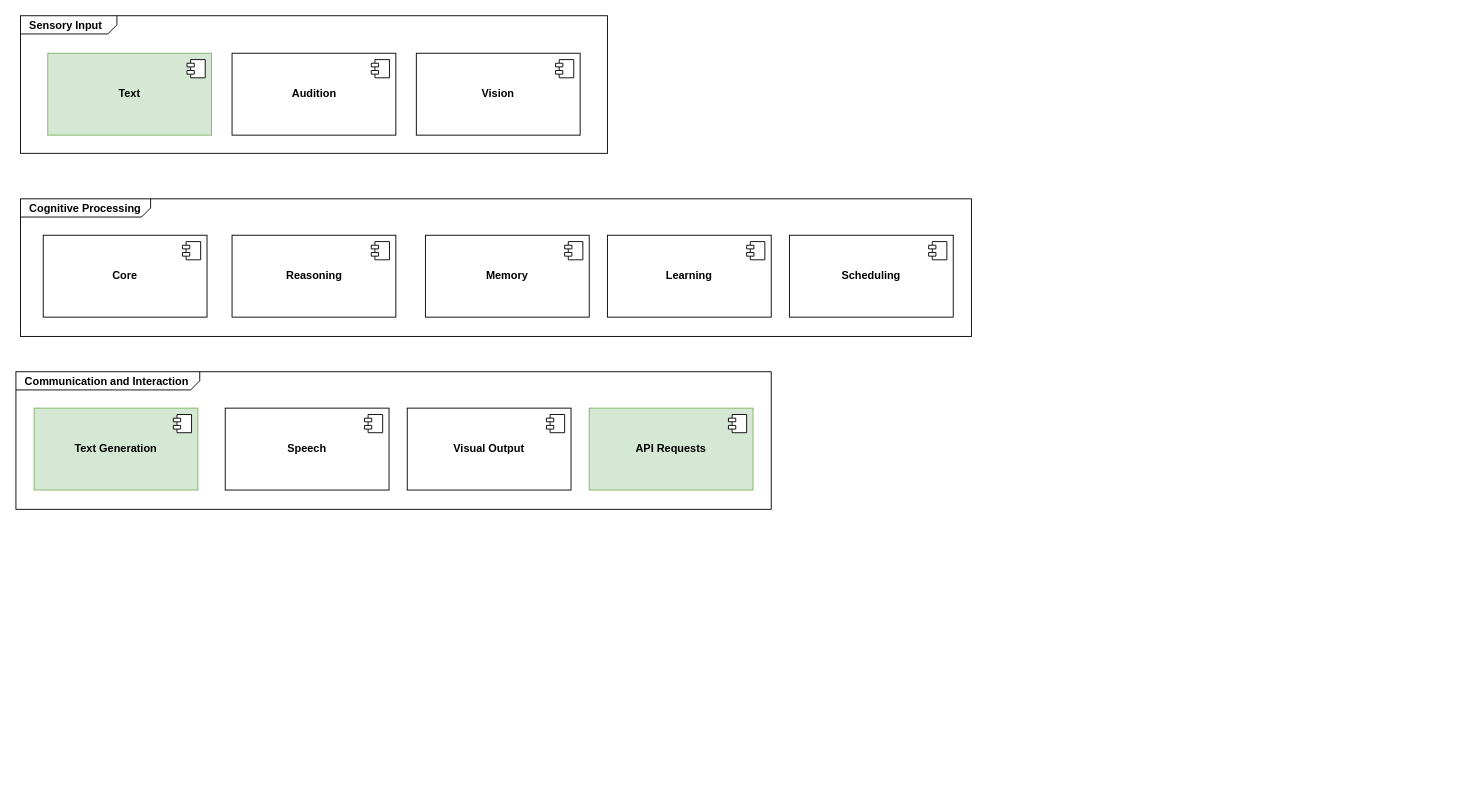
This is docs/diagram.drawio from BartSoj/HttpAgent, a draw.io file, before an edit. Source tidied: cells renumbered, new cells numbered last; positions are measured from the earlier drawing's top-left corner, leaving out a move shared by most shapes. Both pictures are drawn from the tidied source at 91%, with x=0, y=0 at pixel (15, 15).
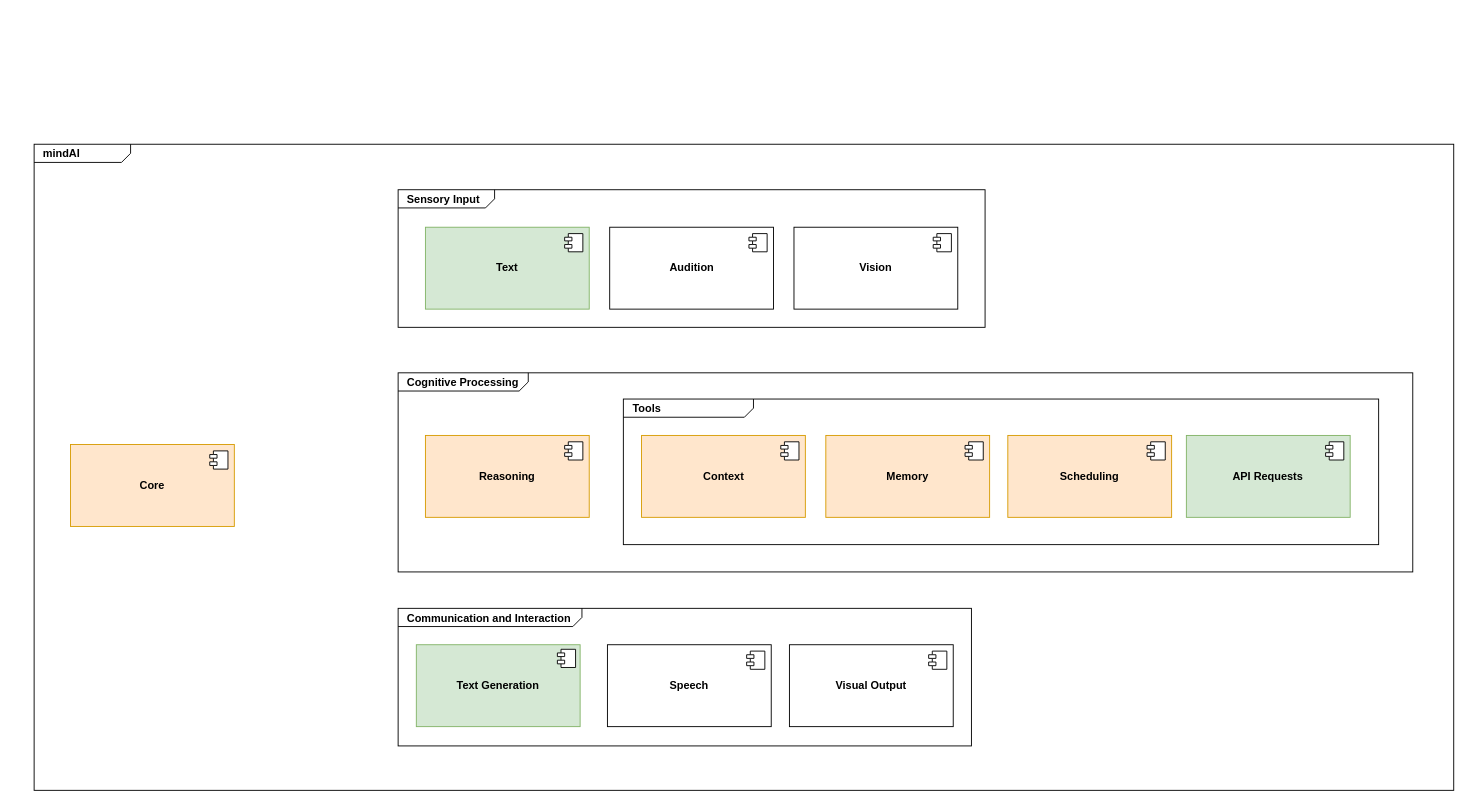
The same page after the edit.

Commit message (it also covers changes not shown here):
feat: scheduling events and executing from schedule feat: adding and retrieving memory feat: context added to messages refactor: move main reasoning execution to core.py

Change to the diagram source:
```diff
@@
+    <mxCell id="29" value="&lt;p style=&quot;margin:0px;margin-top:4px;margin-left:10px;text-align:left;&quot;&gt;&lt;b&gt;mindAI&lt;/b&gt;&lt;/p&gt;" style="html=1;shape=mxgraph.sysml.package;html=1;overflow=fill;whiteSpace=wrap;labelX=106;" parent="1" vertex="1">
+      <mxGeometry x="20" y="141" width="1560" height="710" as="geometry" />
+    </mxCell>
+    <mxCell id="3" value="&lt;p style=&quot;margin:0px;margin-top:4px;margin-left:10px;text-align:left;&quot;&gt;&lt;b&gt;Cognitive Processing&lt;/b&gt;&lt;/p&gt;" style="html=1;shape=mxgraph.sysml.package;html=1;overflow=fill;whiteSpace=wrap;labelX=143;" parent="1" vertex="1">
+      <mxGeometry x="420" y="392.2" width="1115" height="218.8" as="geometry" />
+    </mxCell>
     <mxCell id="2" value="&lt;p style=&quot;margin:0px;margin-top:4px;margin-left:10px;text-align:left;&quot;&gt;&lt;b&gt;Communication and Interaction&lt;/b&gt;&lt;/p&gt;" style="html=1;shape=mxgraph.sysml.package;html=1;overflow=fill;whiteSpace=wrap;labelX=202;" parent="1" vertex="1">
-      <mxGeometry y="391" width="830" height="151.2" as="geometry" />
+      <mxGeometry x="420" y="651" width="630" height="151.2" as="geometry" />
     </mxCell>
-    <mxCell id="3" value="&lt;p style=&quot;margin:0px;margin-top:4px;margin-left:10px;text-align:left;&quot;&gt;&lt;b&gt;Cognitive Processing&lt;/b&gt;&lt;/p&gt;" style="html=1;shape=mxgraph.sysml.package;html=1;overflow=fill;whiteSpace=wrap;labelX=143;" parent="1" vertex="1">
-      <mxGeometry x="5" y="201" width="1045" height="151.2" as="geometry" />
-    </mxCell>
     <mxCell id="4" value="&lt;p style=&quot;margin:0px;margin-top:4px;margin-left:10px;text-align:left;&quot;&gt;&lt;b&gt;Sensory Input&lt;/b&gt;&lt;/p&gt;" style="html=1;shape=mxgraph.sysml.package;html=1;overflow=fill;whiteSpace=wrap;labelX=106;" parent="1" vertex="1">
-      <mxGeometry x="5" y="-0.2" width="645" height="151.2" as="geometry" />
+      <mxGeometry x="420" y="191" width="645" height="151.2" as="geometry" />
     </mxCell>
     <mxCell id="5" value="&lt;b&gt;Speech&lt;/b&gt;" style="html=1;whiteSpace=wrap;" parent="1" vertex="1">
-      <mxGeometry x="230" y="431" width="180" height="90" as="geometry" />
+      <mxGeometry x="650" y="691" width="180" height="90" as="geometry" />
     </mxCell>
@@
     <mxCell id="7" value="&lt;b&gt;Vision&lt;/b&gt;" style="html=1;whiteSpace=wrap;" parent="1" vertex="1">
-      <mxGeometry x="440" y="41" width="180" height="90" as="geometry" />
+      <mxGeometry x="855" y="232.2" width="180" height="90" as="geometry" />
     </mxCell>
@@
     <mxCell id="9" value="&lt;b&gt;Text&lt;br&gt;&lt;/b&gt;" style="html=1;whiteSpace=wrap;fillColor=#d5e8d4;strokeColor=#82b366;" parent="1" vertex="1">
-      <mxGeometry x="35" y="41" width="180" height="90" as="geometry" />
+      <mxGeometry x="450" y="232.2" width="180" height="90" as="geometry" />
     </mxCell>
@@
-    <mxCell id="11" value="&lt;b&gt;Core&lt;br&gt;&lt;/b&gt;" style="html=1;whiteSpace=wrap;" parent="1" vertex="1">
-      <mxGeometry x="30" y="241" width="180" height="90" as="geometry" />
+    <mxCell id="11" value="&lt;b&gt;Core&lt;br&gt;&lt;/b&gt;" style="html=1;whiteSpace=wrap;fillColor=#ffe6cc;strokeColor=#d79b00;" parent="1" vertex="1">
+      <mxGeometry x="60" y="471" width="180" height="90" as="geometry" />
     </mxCell>
@@
-    <mxCell id="13" value="&lt;b&gt;Reasoning&lt;br&gt;&lt;/b&gt;" style="html=1;whiteSpace=wrap;" parent="1" vertex="1">
-      <mxGeometry x="237.5" y="241" width="180" height="90" as="geometry" />
+    <mxCell id="13" value="&lt;b&gt;Reasoning&lt;br&gt;&lt;/b&gt;" style="html=1;whiteSpace=wrap;fillColor=#ffe6cc;strokeColor=#d79b00;" parent="1" vertex="1">
+      <mxGeometry x="450" y="461" width="180" height="90" as="geometry" />
     </mxCell>
@@
     <mxCell id="15" value="&lt;b&gt;Audition&lt;/b&gt;" style="html=1;whiteSpace=wrap;" parent="1" vertex="1">
-      <mxGeometry x="237.5" y="41" width="180" height="90" as="geometry" />
+      <mxGeometry x="652.5" y="232.2" width="180" height="90" as="geometry" />
     </mxCell>
@@
+    <mxCell id="30" value="&lt;p style=&quot;margin:0px;margin-top:4px;margin-left:10px;text-align:left;&quot;&gt;&lt;b&gt;Tools&lt;/b&gt;&lt;/p&gt;" style="html=1;shape=mxgraph.sysml.package;html=1;overflow=fill;whiteSpace=wrap;labelX=143;" parent="1" vertex="1">
+      <mxGeometry x="667.5" y="421" width="830" height="160" as="geometry" />
+    </mxCell>
-    <mxCell id="17" value="&lt;b&gt;Memory&lt;br&gt;&lt;/b&gt;" style="html=1;whiteSpace=wrap;" parent="1" vertex="1">
-      <mxGeometry x="450" y="241" width="180" height="90" as="geometry" />
+    <mxCell id="17" value="&lt;b&gt;Memory&lt;br&gt;&lt;/b&gt;" style="html=1;whiteSpace=wrap;fillColor=#ffe6cc;strokeColor=#d79b00;" parent="1" vertex="1">
+      <mxGeometry x="890" y="461" width="180" height="90" as="geometry" />
     </mxCell>
@@
     <mxCell id="19" value="&lt;b&gt;API Requests&lt;/b&gt;" style="html=1;whiteSpace=wrap;fillColor=#d5e8d4;strokeColor=#82b366;" parent="1" vertex="1">
-      <mxGeometry x="630" y="431" width="180" height="90" as="geometry" />
+      <mxGeometry x="1286.2" y="461" width="180" height="90" as="geometry" />
     </mxCell>
@@
     <mxCell id="21" value="&lt;b&gt;Visual Output&lt;br&gt;&lt;/b&gt;" style="html=1;whiteSpace=wrap;" parent="1" vertex="1">
-      <mxGeometry x="430" y="431" width="180" height="90" as="geometry" />
+      <mxGeometry x="850" y="691" width="180" height="90" as="geometry" />
     </mxCell>
@@
     <mxCell id="23" value="&lt;b&gt;Text Generation&lt;br&gt;&lt;/b&gt;" style="html=1;whiteSpace=wrap;fillColor=#d5e8d4;strokeColor=#82b366;" parent="1" vertex="1">
-      <mxGeometry x="20" y="431" width="180" height="90" as="geometry" />
+      <mxGeometry x="440" y="691" width="180" height="90" as="geometry" />
     </mxCell>
     <mxCell id="24" style="shape=module;jettyWidth=8;jettyHeight=4;" parent="23" vertex="1">
       <mxGeometry x="1" width="20" height="20" relative="1" as="geometry">
-        <mxPoint x="-27" y="7" as="offset" />
+        <mxPoint x="-25" y="5" as="offset" />
       </mxGeometry>
     </mxCell>
-    <mxCell id="25" value="&lt;b&gt;Learning&lt;br&gt;&lt;/b&gt;" style="html=1;whiteSpace=wrap;" parent="1" vertex="1">
-      <mxGeometry x="650" y="241" width="180" height="90" as="geometry" />
+    <mxCell id="25" value="&lt;b&gt;Context&lt;br&gt;&lt;/b&gt;" style="html=1;whiteSpace=wrap;fillColor=#ffe6cc;strokeColor=#d79b00;" parent="1" vertex="1">
+      <mxGeometry x="687.5" y="461" width="180" height="90" as="geometry" />
     </mxCell>
@@
-    <mxCell id="27" value="&lt;b&gt;Scheduling&lt;br&gt;&lt;/b&gt;" style="html=1;whiteSpace=wrap;" parent="1" vertex="1">
-      <mxGeometry x="850" y="241" width="180" height="90" as="geometry" />
+    <mxCell id="27" value="&lt;b&gt;Scheduling&lt;br&gt;&lt;/b&gt;" style="html=1;whiteSpace=wrap;fillColor=#ffe6cc;strokeColor=#d79b00;" parent="1" vertex="1">
+      <mxGeometry x="1090" y="461" width="180" height="90" as="geometry" />
     </mxCell>
```
